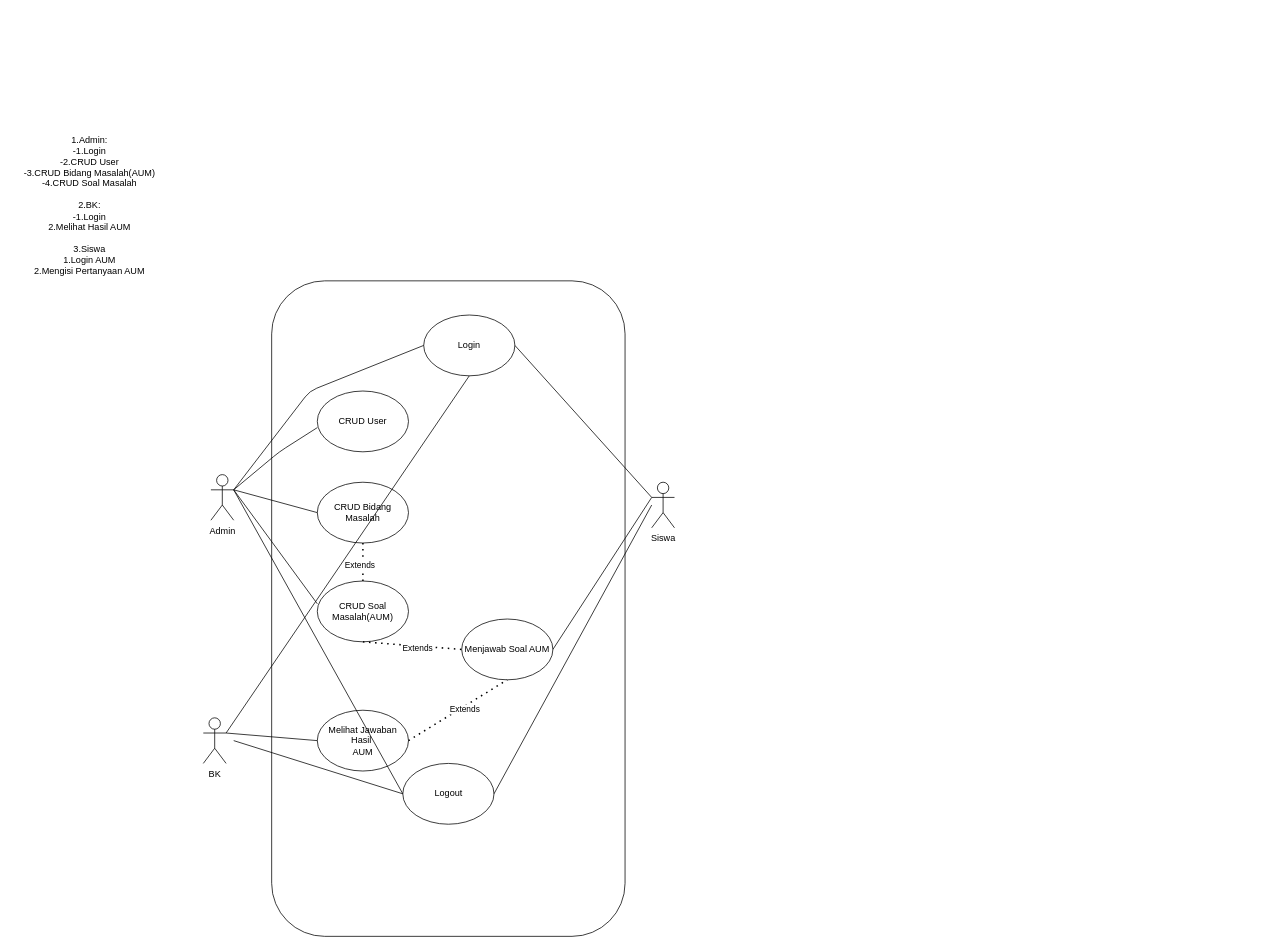
This is High-Level/AUM/Use Case.drawio from Fyonietz/Project-Architectures, a draw.io file, before an edit. Source tidied: cells renumbered, new cells numbered last; positions are measured from the earlier drawing's top-left corner, leaving out a move shared by most shapes. Both pictures are drawn from the tidied source at 76%, with x=0, y=0 at pixel (13, 131).
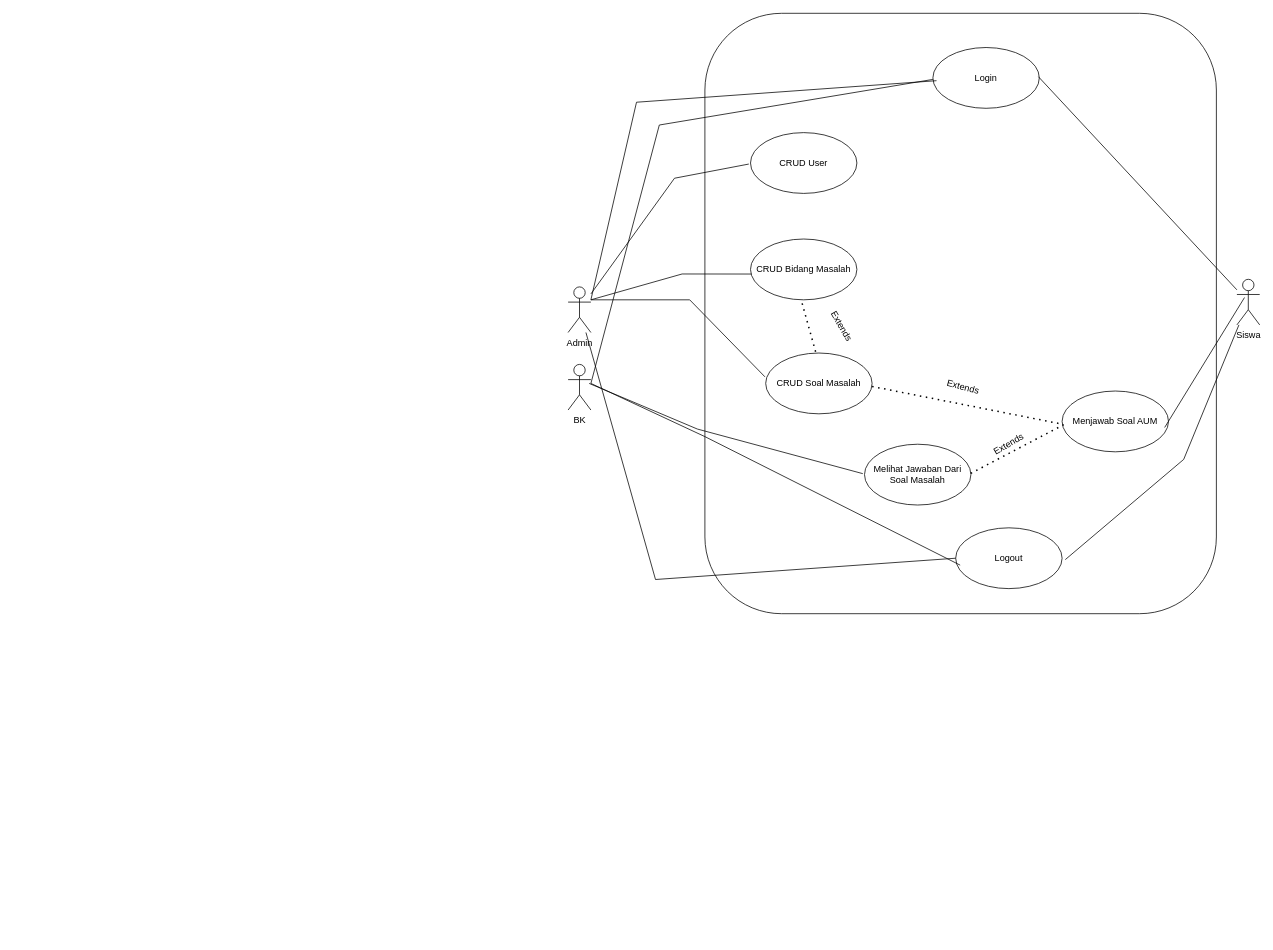
After the change.

Commit message (it also covers changes not shown here):
Update Rancangan AUM

The edit, as a diff of the source:
```diff
@@
-    <mxCell id="2" style="rounded=1;whiteSpace=wrap;html=1;rotation=90;" parent="1" vertex="1">
-      <mxGeometry x="141.2" y="395.8" width="862.5" height="465" as="geometry" />
-    </mxCell>
-    <mxCell id="3" value="1.Admin:&lt;div&gt;-1.Logi&lt;span style=&quot;background-color: transparent;&quot;&gt;n&lt;/span&gt;&lt;/div&gt;&lt;div&gt;-2.CRUD User&lt;/div&gt;&lt;div&gt;-3.CRUD Bidang Masalah(AUM)&lt;/div&gt;&lt;div&gt;-4.CRUD Soal Masalah&lt;/div&gt;&lt;div&gt;&lt;br&gt;&lt;/div&gt;&lt;div&gt;2.BK:&lt;/div&gt;&lt;div&gt;-1.Login&lt;/div&gt;&lt;div&gt;2.Melihat Hasil AUM&lt;/div&gt;&lt;div&gt;&lt;br&gt;&lt;/div&gt;&lt;div&gt;3.Siswa&lt;/div&gt;&lt;div&gt;1.Login AUM&lt;/div&gt;&lt;div&gt;2.Mengisi Pertanyaan AUM&lt;br&gt;&lt;div&gt;&lt;span style=&quot;background-color: transparent;&quot;&gt;&lt;br&gt;&lt;/span&gt;&lt;/div&gt;&lt;/div&gt;" style="text;html=1;align=center;verticalAlign=middle;strokeColor=none;fillColor=none;" parent="1" vertex="1">
-      <mxGeometry width="200" height="210" as="geometry" />
-    </mxCell>
+    <mxCell id="31" style="rounded=1;whiteSpace=wrap;html=1;rotation=90;" parent="1" vertex="1">
+      <mxGeometry x="851.5" y="-96.5" width="790" height="673" as="geometry" />
+    </mxCell>
     <mxCell id="4" value="Login" style="ellipse;whiteSpace=wrap;html=1;" parent="1" vertex="1">
-      <mxGeometry x="540" y="242" width="120" height="80" as="geometry" />
+      <mxGeometry x="1210" y="-110" width="140" height="80" as="geometry" />
     </mxCell>
     <mxCell id="5" value="CRUD User" style="ellipse;whiteSpace=wrap;html=1;" parent="1" vertex="1">
-      <mxGeometry x="400" y="342" width="120" height="80" as="geometry" />
+      <mxGeometry x="970" y="2" width="140" height="80" as="geometry" />
     </mxCell>
     <mxCell id="6" value="CRUD Bidang Masalah" style="ellipse;whiteSpace=wrap;html=1;" parent="1" vertex="1">
-      <mxGeometry x="400" y="462" width="120" height="80" as="geometry" />
+      <mxGeometry x="970" y="142" width="140" height="80" as="geometry" />
     </mxCell>
-    <mxCell id="7" value="CRUD Soal Masalah(AUM)" style="ellipse;whiteSpace=wrap;html=1;" parent="1" vertex="1">
-      <mxGeometry x="400" y="592" width="120" height="80" as="geometry" />
-    </mxCell>
-    <mxCell id="8" style="endArrow=none;dashed=1;html=1;dashPattern=1 3;strokeWidth=2;entryX=0.5;entryY=1;entryDx=0;entryDy=0;exitX=0.5;exitY=0;exitDx=0;exitDy=0;" parent="1" edge="1" source="7" target="6">
-      <mxGeometry relative="1" as="geometry" />
-    </mxCell>
-    <mxCell id="9" value="Extends" style="edgeLabel;html=1;align=center;verticalAlign=middle;" parent="8" vertex="1">
-      <mxGeometry x="-0.12" y="5" relative="1" as="geometry" />
-    </mxCell>
+    <mxCell id="32" value="CRUD Soal Masalah" style="ellipse;whiteSpace=wrap;html=1;" parent="1" vertex="1">
+      <mxGeometry x="990" y="292" width="140" height="80" as="geometry" />
+    </mxCell>
+    <mxCell id="33" value="Melihat Jawaban Dari Soal Masalah" style="ellipse;whiteSpace=wrap;html=1;" parent="1" vertex="1">
+      <mxGeometry x="1120" y="412" width="140" height="80" as="geometry" />
+    </mxCell>
+    <mxCell id="27" value="Logout" style="ellipse;whiteSpace=wrap;html=1;" parent="1" vertex="1">
+      <mxGeometry x="1240" y="522" width="140" height="80" as="geometry" />
+    </mxCell>
+    <mxCell id="15" value="Menjawab Soal AUM" style="ellipse;whiteSpace=wrap;html=1;" parent="1" vertex="1">
+      <mxGeometry x="1380" y="342" width="140" height="80" as="geometry" />
+    </mxCell>
+    <mxCell id="34" style="endArrow=none;dashed=1;html=1;dashPattern=1 3;strokeWidth=2;rounded=0;exitX=0.999;exitY=0.479;exitDx=0;exitDy=0;exitPerimeter=0;entryX=0.017;entryY=0.552;entryDx=0;entryDy=0;entryPerimeter=0;" parent="1" edge="1" source="33" target="15">
+      <mxGeometry relative="1" as="geometry" />
+    </mxCell>
+    <mxCell id="35" value="Extends" style="text;html=1;align=center;verticalAlign=middle;whiteSpace=wrap;rounded=0;rotation=-30;" parent="1" vertex="1">
+      <mxGeometry x="1280" y="397" width="60" height="30" as="geometry" />
+    </mxCell>
+    <mxCell id="36" style="endArrow=none;dashed=1;html=1;dashPattern=1 3;strokeWidth=2;rounded=0;exitX=0.999;exitY=0.479;exitDx=0;exitDy=0;exitPerimeter=0;entryX=-0.007;entryY=0.542;entryDx=0;entryDy=0;entryPerimeter=0;" parent="1" edge="1" target="15">
+      <mxGeometry relative="1" as="geometry">
+        <mxPoint x="1130" y="336" as="sourcePoint" />
+      </mxGeometry>
+    </mxCell>
+    <mxCell id="37" value="Extends" style="text;html=1;align=center;verticalAlign=middle;whiteSpace=wrap;rounded=0;rotation=15;" parent="1" vertex="1">
+      <mxGeometry x="1220" y="322" width="60" height="30" as="geometry" />
+    </mxCell>
+    <mxCell id="38" value="Extends" style="text;html=1;align=center;verticalAlign=middle;whiteSpace=wrap;rounded=0;rotation=60;" parent="1" vertex="1">
+      <mxGeometry x="1060" y="242" width="60" height="30" as="geometry" />
+    </mxCell>
+    <mxCell id="39" style="endArrow=none;dashed=1;html=1;dashPattern=1 3;strokeWidth=2;rounded=0;exitX=0.469;exitY=-0.021;exitDx=0;exitDy=0;exitPerimeter=0;entryX=0.481;entryY=1.031;entryDx=0;entryDy=0;entryPerimeter=0;" parent="1" edge="1" source="32" target="6">
+      <mxGeometry relative="1" as="geometry" />
+    </mxCell>
     <mxCell id="10" value="Admin" style="shape=umlActor;verticalLabelPosition=bottom;verticalAlign=top;html=1;outlineConnect=0;" parent="1" vertex="1">
-      <mxGeometry x="260" y="452" width="30" height="60" as="geometry" />
+      <mxGeometry x="730" y="205" width="30" height="60" as="geometry" />
     </mxCell>
-    <mxCell id="11" style="endArrow=none;html=1;entryX=0;entryY=0.5;entryDx=0;entryDy=0;exitX=1;exitY=0.3333333333333333;exitDx=0;exitDy=0;exitPerimeter=0;" parent="1" edge="1" source="10" target="4">
-      <mxGeometry relative="1" as="geometry">
-        <Array as="points">
-          <mxPoint x="390" y="342" />
-        </Array>
-      </mxGeometry>
-    </mxCell>
-    <mxCell id="12" style="endArrow=none;html=1;entryX=0;entryY=0.602;entryDx=0;entryDy=0;entryPerimeter=0;" parent="1" edge="1" target="5">
-      <mxGeometry relative="1" as="geometry">
-        <mxPoint x="290" y="472" as="sourcePoint" />
-        <Array as="points">
-          <mxPoint x="350" y="422" />
-        </Array>
-      </mxGeometry>
-    </mxCell>
-    <mxCell id="13" style="endArrow=none;html=1;entryX=0;entryY=0.5;entryDx=0;entryDy=0;" parent="1" edge="1" target="6">
-      <mxGeometry relative="1" as="geometry">
-        <mxPoint x="290" y="472" as="sourcePoint" />
-      </mxGeometry>
-    </mxCell>
-    <mxCell id="14" style="endArrow=none;html=1;entryX=0;entryY=0.375;entryDx=0;entryDy=0;entryPerimeter=0;exitX=1;exitY=0.3333333333333333;exitDx=0;exitDy=0;exitPerimeter=0;" parent="1" edge="1" source="10" target="7">
-      <mxGeometry relative="1" as="geometry" />
-    </mxCell>
-    <mxCell id="15" value="Menjawab Soal AUM" style="ellipse;whiteSpace=wrap;html=1;" parent="1" vertex="1">
-      <mxGeometry x="590" y="642" width="120" height="80" as="geometry" />
-    </mxCell>
-    <mxCell id="16" style="endArrow=none;dashed=1;html=1;dashPattern=1 3;strokeWidth=2;entryX=0;entryY=0.5;entryDx=0;entryDy=0;exitX=0.5;exitY=1;exitDx=0;exitDy=0;" parent="1" edge="1" source="7" target="15">
-      <mxGeometry relative="1" as="geometry" />
-    </mxCell>
-    <mxCell id="17" value="Extends" style="edgeLabel;html=1;align=center;verticalAlign=middle;" parent="16" vertex="1">
-      <mxGeometry x="0.11" y="-3" relative="1" as="geometry" />
-    </mxCell>
+    <mxCell id="40" style="endArrow=none;html=1;rounded=0;entryX=0.034;entryY=0.546;entryDx=0;entryDy=0;entryPerimeter=0;strokeColor=light-dark(#000000,#0000CC);" parent="1" edge="1" target="4">
+      <mxGeometry relative="1" as="geometry">
+        <mxPoint x="760" y="222" as="sourcePoint" />
+        <Array as="points">
+          <mxPoint x="820" y="-38" />
+        </Array>
+      </mxGeometry>
+    </mxCell>
+    <mxCell id="41" style="endArrow=none;html=1;rounded=0;entryX=-0.016;entryY=0.517;entryDx=0;entryDy=0;entryPerimeter=0;strokeColor=light-dark(#000000,#0000CC);" parent="1" edge="1" source="10" target="5">
+      <mxGeometry relative="1" as="geometry">
+        <Array as="points">
+          <mxPoint x="870" y="62" />
+        </Array>
+      </mxGeometry>
+    </mxCell>
+    <mxCell id="42" style="endArrow=none;html=1;rounded=0;entryX=0.01;entryY=0.576;entryDx=0;entryDy=0;entryPerimeter=0;strokeColor=light-dark(#000000,#0000CC);" parent="1" edge="1" target="6">
+      <mxGeometry relative="1" as="geometry">
+        <mxPoint x="760" y="222" as="sourcePoint" />
+        <Array as="points">
+          <mxPoint x="880" y="188" />
+        </Array>
+      </mxGeometry>
+    </mxCell>
+    <mxCell id="43" style="endArrow=none;html=1;rounded=0;entryX=-0.007;entryY=0.392;entryDx=0;entryDy=0;entryPerimeter=0;strokeColor=light-dark(#000000,#0000CC);" parent="1" edge="1" target="32">
+      <mxGeometry relative="1" as="geometry">
+        <mxPoint x="760" y="222" as="sourcePoint" />
+        <Array as="points">
+          <mxPoint x="890" y="222" />
+        </Array>
+      </mxGeometry>
+    </mxCell>
+    <mxCell id="24" value="BK" style="shape=umlActor;verticalLabelPosition=bottom;verticalAlign=top;html=1;outlineConnect=0;" parent="1" vertex="1">
+      <mxGeometry x="730" y="307" width="30" height="60" as="geometry" />
+    </mxCell>
+    <mxCell id="44" style="endArrow=none;html=1;rounded=0;entryX=-0.016;entryY=0.484;entryDx=0;entryDy=0;entryPerimeter=0;exitX=0.925;exitY=0.417;exitDx=0;exitDy=0;exitPerimeter=0;strokeColor=light-dark(#000000,#00CC00);" parent="1" edge="1" source="24" target="33">
+      <mxGeometry relative="1" as="geometry">
+        <Array as="points">
+          <mxPoint x="900" y="392" />
+        </Array>
+      </mxGeometry>
+    </mxCell>
+    <mxCell id="45" style="endArrow=none;html=1;rounded=0;entryX=0.034;entryY=0.546;entryDx=0;entryDy=0;entryPerimeter=0;strokeColor=light-dark(#000000,#0000CC);" parent="1" edge="1" source="10">
+      <mxGeometry relative="1" as="geometry">
+        <mxPoint x="1240" y="562" as="targetPoint" />
+        <Array as="points">
+          <mxPoint x="845" y="590" />
+        </Array>
+      </mxGeometry>
+    </mxCell>
+    <mxCell id="46" style="endArrow=none;html=1;rounded=0;entryX=0.042;entryY=0.614;entryDx=0;entryDy=0;entryPerimeter=0;exitX=1;exitY=0.417;exitDx=0;exitDy=0;exitPerimeter=0;strokeColor=light-dark(#000000,#00CC00);" parent="1" edge="1" source="24" target="27">
+      <mxGeometry relative="1" as="geometry">
+        <Array as="points">
+          <mxPoint x="910" y="402" />
+        </Array>
+      </mxGeometry>
+    </mxCell>
+    <mxCell id="47" style="endArrow=none;html=1;rounded=0;exitX=1;exitY=0.417;exitDx=0;exitDy=0;exitPerimeter=0;strokeColor=light-dark(#000000,#00CC00);" parent="1" edge="1" source="24">
+      <mxGeometry relative="1" as="geometry">
+        <mxPoint x="1210" y="-68" as="targetPoint" />
+        <Array as="points">
+          <mxPoint x="850" y="-8" />
+        </Array>
+      </mxGeometry>
+    </mxCell>
     <mxCell id="18" value="Siswa" style="shape=umlActor;verticalLabelPosition=bottom;verticalAlign=top;html=1;outlineConnect=0;" parent="1" vertex="1">
-      <mxGeometry x="840" y="462" width="30" height="60" as="geometry" />
+      <mxGeometry x="1610" y="195" width="30" height="60" as="geometry" />
     </mxCell>
-    <mxCell id="19" style="endArrow=none;html=1;entryX=1;entryY=0.5;entryDx=0;entryDy=0;exitX=0;exitY=0.3333333333333333;exitDx=0;exitDy=0;exitPerimeter=0;" parent="1" edge="1" source="18" target="4">
-      <mxGeometry relative="1" as="geometry" />
-    </mxCell>
-    <mxCell id="20" style="endArrow=none;html=1;entryX=1;entryY=0.5;entryDx=0;entryDy=0;exitX=0;exitY=0.3333333333333333;exitDx=0;exitDy=0;exitPerimeter=0;" parent="1" edge="1" source="18" target="15">
-      <mxGeometry relative="1" as="geometry" />
-    </mxCell>
-    <mxCell id="21" value="Melihat Jawaban Hasil&amp;nbsp;&lt;br&gt;AUM" style="ellipse;whiteSpace=wrap;html=1;" parent="1" vertex="1">
-      <mxGeometry x="400" y="762" width="120" height="80" as="geometry" />
-    </mxCell>
-    <mxCell id="22" style="endArrow=none;dashed=1;html=1;dashPattern=1 3;strokeWidth=2;entryX=0.5;entryY=1;entryDx=0;entryDy=0;exitX=1;exitY=0.5;exitDx=0;exitDy=0;" parent="1" edge="1" source="21" target="15">
-      <mxGeometry relative="1" as="geometry" />
-    </mxCell>
-    <mxCell id="23" value="Extends" style="edgeLabel;html=1;align=center;verticalAlign=middle;" parent="22" vertex="1">
-      <mxGeometry x="0.11" y="-3" relative="1" as="geometry" />
-    </mxCell>
-    <mxCell id="24" value="BK" style="shape=umlActor;verticalLabelPosition=bottom;verticalAlign=top;html=1;outlineConnect=0;" parent="1" vertex="1">
-      <mxGeometry x="250" y="772" width="30" height="60" as="geometry" />
-    </mxCell>
-    <mxCell id="25" style="endArrow=none;html=1;entryX=0;entryY=0.5;entryDx=0;entryDy=0;exitX=1;exitY=0.3333333333333333;exitDx=0;exitDy=0;exitPerimeter=0;" parent="1" edge="1" source="24" target="21">
-      <mxGeometry relative="1" as="geometry" />
-    </mxCell>
-    <mxCell id="26" style="endArrow=none;html=1;entryX=0.5;entryY=1;entryDx=0;entryDy=0;" parent="1" edge="1" target="4">
-      <mxGeometry relative="1" as="geometry">
-        <mxPoint x="280" y="792" as="sourcePoint" />
-      </mxGeometry>
-    </mxCell>
-    <mxCell id="27" value="Logout" style="ellipse;whiteSpace=wrap;html=1;" parent="1" vertex="1">
-      <mxGeometry x="512.5" y="832" width="120" height="80" as="geometry" />
-    </mxCell>
-    <mxCell id="28" style="endArrow=none;html=1;entryX=0;entryY=0.5;entryDx=0;entryDy=0;exitX=1;exitY=0.3333333333333333;exitDx=0;exitDy=0;exitPerimeter=0;" parent="1" edge="1" target="27">
-      <mxGeometry relative="1" as="geometry">
-        <mxPoint x="290" y="472" as="sourcePoint" />
-      </mxGeometry>
-    </mxCell>
-    <mxCell id="29" style="endArrow=none;html=1;exitX=1;exitY=0.5;exitDx=0;exitDy=0;" parent="1" edge="1" source="27">
-      <mxGeometry relative="1" as="geometry">
-        <mxPoint x="840" y="492" as="targetPoint" />
-      </mxGeometry>
-    </mxCell>
-    <mxCell id="30" style="endArrow=none;html=1;entryX=0;entryY=0.5;entryDx=0;entryDy=0;" parent="1" edge="1" target="27">
-      <mxGeometry relative="1" as="geometry">
-        <mxPoint x="290" y="802" as="sourcePoint" />
-      </mxGeometry>
-    </mxCell>
+    <mxCell id="48" style="endArrow=none;html=1;rounded=0;exitX=0.992;exitY=0.481;exitDx=0;exitDy=0;exitPerimeter=0;" parent="1" edge="1" source="4" target="18">
+      <mxGeometry relative="1" as="geometry" />
+    </mxCell>
+    <mxCell id="49" style="endArrow=none;html=1;rounded=0;exitX=0.964;exitY=0.6;exitDx=0;exitDy=0;exitPerimeter=0;" parent="1" edge="1" source="15">
+      <mxGeometry relative="1" as="geometry">
+        <mxPoint x="1620" y="219" as="targetPoint" />
+      </mxGeometry>
+    </mxCell>
+    <mxCell id="50" style="endArrow=none;html=1;rounded=0;exitX=1.03;exitY=0.523;exitDx=0;exitDy=0;exitPerimeter=0;" parent="1" edge="1" source="27" target="18">
+      <mxGeometry relative="1" as="geometry">
+        <Array as="points">
+          <mxPoint x="1540" y="432" />
+        </Array>
+      </mxGeometry>
+    </mxCell>
```
